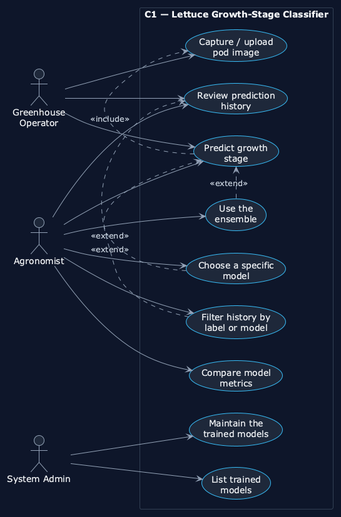
Before: docs/diagrams/png/01_use_cases.png, a diagram exported from PlantUML (jbeleno/c1-lettuce-classifier).
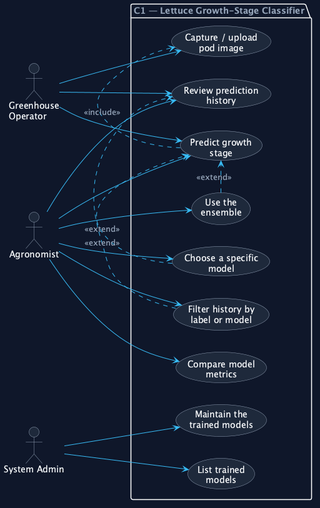
The same diagram one commit later.

Change to the diagram source:
```diff
@@ -1,27 +1,32 @@
-@startuml
-!theme plain
+@startuml 01_use_cases
+
 skinparam backgroundColor #0F172A
-skinparam defaultTextAlignment center
 skinparam shadowing false
+skinparam defaultFontName "Fira Sans"
+skinparam defaultFontColor #F8FAFC
 
 skinparam actor {
+  BorderColor #94A3B8
   BackgroundColor #1E293B
-  BorderColor #94A3B8
   FontColor #F8FAFC
 }
 skinparam usecase {
+  BorderColor #94A3B8
   BackgroundColor #1E293B
-  BorderColor #38BDF8
   FontColor #F8FAFC
-  ArrowColor #94A3B8
+  ArrowColor #38BDF8
 }
-skinparam ArrowColor #94A3B8
-skinparam ArrowFontColor #CBD5E1
-skinparam rectangle {
+skinparam ArrowColor #38BDF8
+skinparam ArrowFontColor #94A3B8
+skinparam ArrowFontName "Fira Code"
+skinparam package {
+  BorderColor rgba(148,163,184,0.30)
   BackgroundColor #0F172A
-  BorderColor #334155
-  FontColor #F8FAFC
+  FontColor #94A3B8
 }
+skinparam noteFontColor #94A3B8
+skinparam noteBackgroundColor #1E293B
+skinparam noteBorderColor rgba(148,163,184,0.30)
 
 left to right direction
 
@@ -29,7 +34,7 @@
 actor "Agronomist" as Agro
 actor "System Admin" as Admin
 
-rectangle "C1 — Lettuce Growth-Stage Classifier" {
+package "C1 — Lettuce Growth-Stage Classifier" {
   usecase "Capture / upload\npod image" as UC1
   usecase "Predict growth\nstage" as UC2
   usecase "Choose a specific\nmodel" as UC3
```
